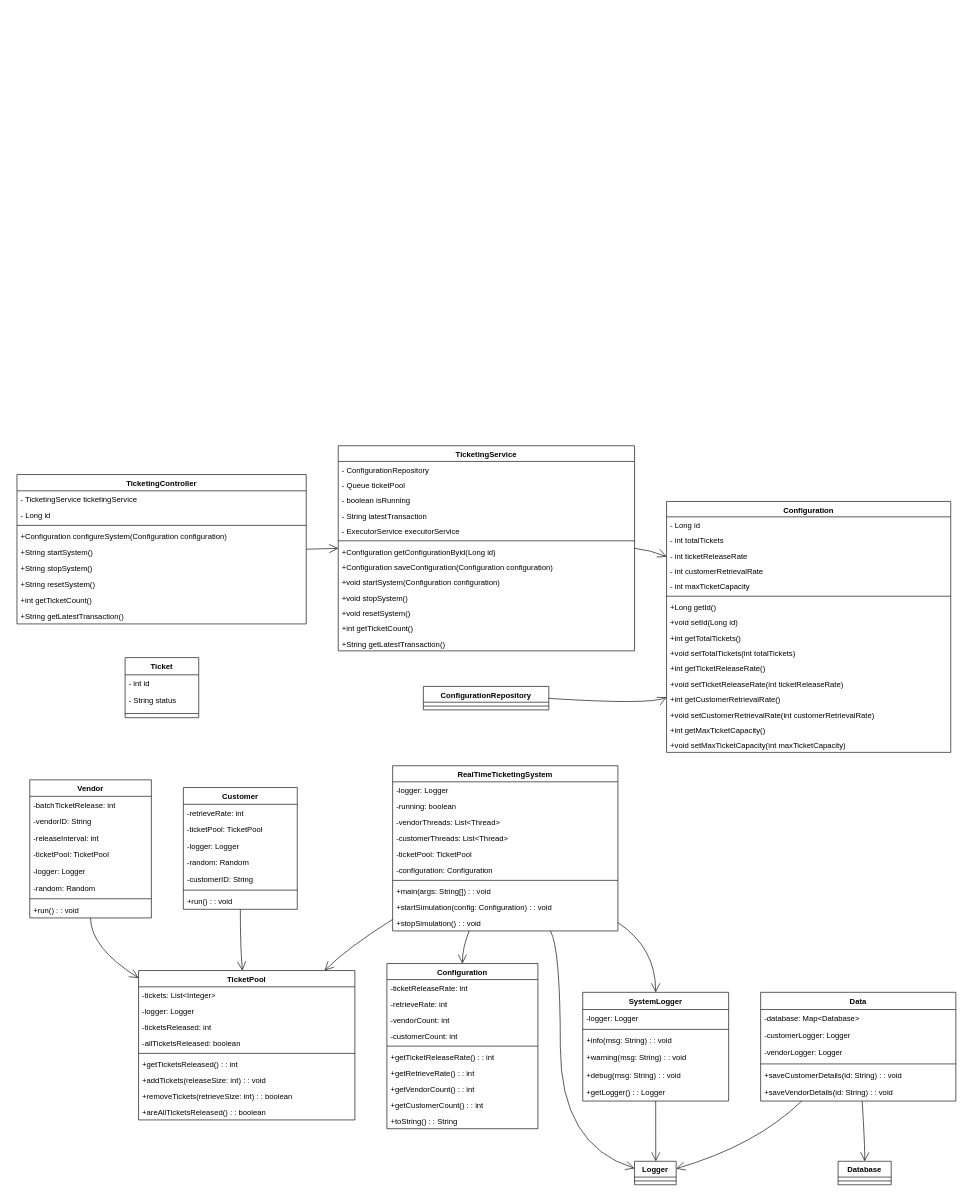
Above: TMS Class Diagram.drawio in ShenalSen/Real-Time-Event-Ticketing-System-with-Advanced-Producer-Consumer-Implementation (draw.io), before the change. Source tidied: cells renumbered, new cells numbered last; positions are measured from the earlier drawing's top-left corner, leaving out a move shared by most shapes. Both pictures are drawn from the tidied source at 64%, with x=0, y=0 at pixel (17, 445).
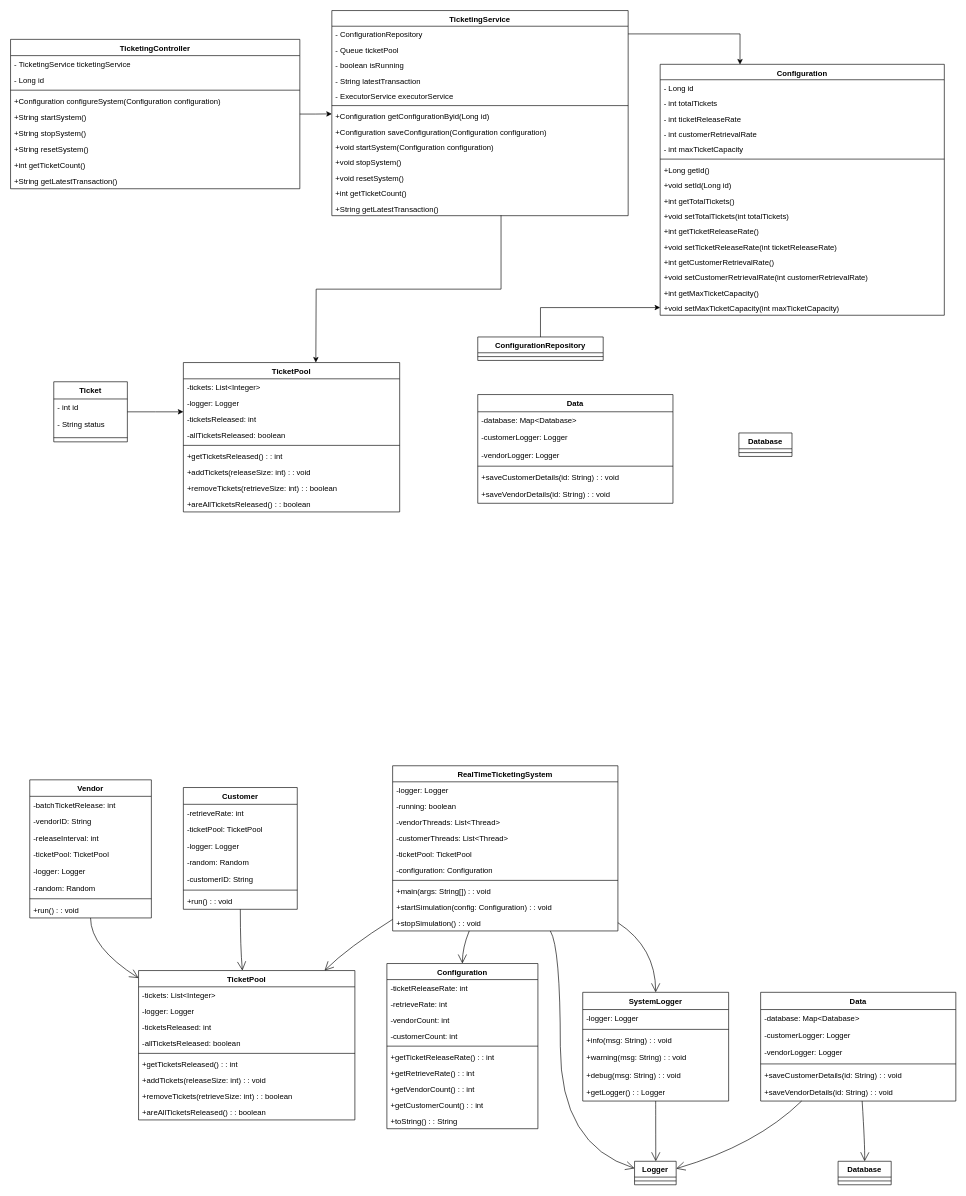
The same diagram, later.

Unchanged cells that the change refers to:
```xml
<mxCell id="28" value="+void setMaxTicketCapacity(int maxTicketCapacity)" style="text;strokeColor=none;fillColor=none;align=left;verticalAlign=top;spacingLeft=4;spacingRight=4;overflow=hidden;points=[[0,0.5],[1,0.5]];portConstraint=eastwest;" parent="12" vertex="1">
  <mxGeometry y="368.1" width="444" height="24" as="geometry" />
</mxCell>
<mxCell id="34" value="- ConfigurationRepository " style="text;strokeColor=none;fillColor=none;align=left;verticalAlign=top;spacingLeft=4;spacingRight=4;overflow=hidden;points=[[0,0.5],[1,0.5]];portConstraint=eastwest;" parent="33" vertex="1">
  <mxGeometry y="24.5" width="463" height="24" as="geometry" />
</mxCell>
<mxCell id="40" value="+Configuration getConfigurationByid(Long id)" style="text;strokeColor=none;fillColor=none;align=left;verticalAlign=top;spacingLeft=4;spacingRight=4;overflow=hidden;points=[[0,0.5],[1,0.5]];portConstraint=eastwest;" parent="33" vertex="1">
  <mxGeometry y="152.5" width="463" height="24" as="geometry" />
</mxCell>
<mxCell id="46" value="+String getLatestTransaction()" style="text;strokeColor=none;fillColor=none;align=left;verticalAlign=top;spacingLeft=4;spacingRight=4;overflow=hidden;points=[[0,0.5],[1,0.5]];portConstraint=eastwest;" parent="33" vertex="1">
  <mxGeometry y="296.5" width="463" height="24" as="geometry" />
</mxCell>
```

Diff of the diagram source:
```diff
@@
+    <mxCell id="128" style="edgeStyle=orthogonalEdgeStyle;rounded=0;jettySize=auto;html=1;entryX=0;entryY=0.372;entryDx=0;entryDy=0;entryPerimeter=0;" parent="1" edge="1" source="2" target="40">
+      <mxGeometry relative="1" as="geometry" />
+    </mxCell>
     <mxCell id="2" value="TicketingController" style="swimlane;fontStyle=1;align=center;verticalAlign=top;horizontal=1;startSize=25.400000678168404;" parent="1" vertex="1">
-      <mxGeometry y="45" width="452" height="233.4" as="geometry" />
+      <mxGeometry x="-10" y="-635" width="452" height="233.4" as="geometry" />
     </mxCell>
@@
     <mxCell id="12" value="Configuration" style="swimlane;fontStyle=1;align=center;verticalAlign=top;horizontal=1;startSize=24.087499618530273;" parent="1" vertex="1">
-      <mxGeometry x="1015" y="87" width="444" height="392.1" as="geometry" />
+      <mxGeometry x="1005" y="-596" width="444" height="392.1" as="geometry" />
     </mxCell>
@@
     <mxCell id="29" value="Ticket" style="swimlane;fontStyle=1;align=center;verticalAlign=top;horizontal=1;startSize=26.91428484235491;" parent="1" vertex="1">
-      <mxGeometry x="169" y="331" width="115" height="93.9" as="geometry" />
+      <mxGeometry x="57.5" y="-100" width="115" height="93.9" as="geometry" />
     </mxCell>
@@
     <mxCell id="33" value="TicketingService" style="swimlane;fontStyle=1;align=center;verticalAlign=top;horizontal=1;startSize=24.47692401592548;" parent="1" vertex="1">
-      <mxGeometry x="502" width="463" height="320.5" as="geometry" />
+      <mxGeometry x="492" y="-680" width="463" height="320.5" as="geometry" />
     </mxCell>
@@
+    <mxCell id="129" style="edgeStyle=orthogonalEdgeStyle;rounded=0;jettySize=auto;html=1;entryX=0;entryY=0.5;entryDx=0;entryDy=0;" parent="1" edge="1" source="47" target="28">
+      <mxGeometry relative="1" as="geometry" />
+    </mxCell>
     <mxCell id="47" value="ConfigurationRepository" style="swimlane;fontStyle=1;align=center;verticalAlign=top;horizontal=1;startSize=24.700000762939453;" parent="1" vertex="1">
-      <mxGeometry x="635" y="376" width="196" height="36.7" as="geometry" />
+      <mxGeometry x="720" y="-170" width="196" height="36.7" as="geometry" />
     </mxCell>
@@
-    <mxCell id="49" style="curved=1;startArrow=none;endArrow=open;endSize=12;exitX=1;exitY=0.5;entryX=0;entryY=0.5;rounded=0;" parent="1" edge="1" source="2" target="33">
-      <mxGeometry relative="1" as="geometry" />
-    </mxCell>
-    <mxCell id="50" style="curved=1;startArrow=none;endArrow=open;endSize=12;exitX=1;exitY=0.5;entryX=0;entryY=0.22;rounded=0;" parent="1" edge="1" source="33" target="12">
-      <mxGeometry relative="1" as="geometry">
-        <Array as="points">
-          <mxPoint x="990" y="163" />
-        </Array>
-      </mxGeometry>
-    </mxCell>
-    <mxCell id="51" style="curved=1;startArrow=none;endArrow=open;endSize=12;exitX=1;exitY=0.51;entryX=0;entryY=0.78;rounded=0;" parent="1" edge="1" source="47" target="12">
-      <mxGeometry relative="1" as="geometry">
-        <Array as="points">
-          <mxPoint x="990" y="405" />
-        </Array>
-      </mxGeometry>
-    </mxCell>
@@
+    <mxCell id="130" value="TicketPool" style="swimlane;fontStyle=1;align=center;verticalAlign=top;horizontal=1;startSize=25.400000678168404;" parent="1" vertex="1">
+      <mxGeometry x="260" y="-130" width="338" height="233.4" as="geometry" />
+    </mxCell>
+    <mxCell id="131" value="-tickets: List&lt;Integer&gt;" style="text;strokeColor=none;fillColor=none;align=left;verticalAlign=top;spacingLeft=4;spacingRight=4;overflow=hidden;" parent="130" vertex="1">
+      <mxGeometry y="25.4" width="338" height="25" as="geometry" />
+    </mxCell>
+    <mxCell id="132" value="-logger: Logger" style="text;strokeColor=none;fillColor=none;align=left;verticalAlign=top;spacingLeft=4;spacingRight=4;overflow=hidden;" parent="130" vertex="1">
+      <mxGeometry y="50.4" width="338" height="25" as="geometry" />
+    </mxCell>
+    <mxCell id="133" value="-ticketsReleased: int" style="text;strokeColor=none;fillColor=none;align=left;verticalAlign=top;spacingLeft=4;spacingRight=4;overflow=hidden;" parent="130" vertex="1">
+      <mxGeometry y="75.4" width="338" height="25" as="geometry" />
+    </mxCell>
+    <mxCell id="134" value="-allTicketsReleased: boolean" style="text;strokeColor=none;fillColor=none;align=left;verticalAlign=top;spacingLeft=4;spacingRight=4;overflow=hidden;" parent="130" vertex="1">
+      <mxGeometry y="100.4" width="338" height="25" as="geometry" />
+    </mxCell>
+    <mxCell id="135" style="line;strokeWidth=1;fillColor=none;align=left;verticalAlign=middle;spacingTop=-1;spacingLeft=3;spacingRight=3;labelPosition=right;strokeColor=inherit;" parent="130" vertex="1">
+      <mxGeometry y="125.4" width="338" height="8" as="geometry" />
+    </mxCell>
+    <mxCell id="136" value="+getTicketsReleased() : : int" style="text;strokeColor=none;fillColor=none;align=left;verticalAlign=top;spacingLeft=4;spacingRight=4;overflow=hidden;" parent="130" vertex="1">
+      <mxGeometry y="133.4" width="338" height="25" as="geometry" />
+    </mxCell>
+    <mxCell id="137" value="+addTickets(releaseSize: int) : : void" style="text;strokeColor=none;fillColor=none;align=left;verticalAlign=top;spacingLeft=4;spacingRight=4;overflow=hidden;" parent="130" vertex="1">
+      <mxGeometry y="158.4" width="338" height="25" as="geometry" />
+    </mxCell>
+    <mxCell id="138" value="+removeTickets(retrieveSize: int) : : boolean" style="text;strokeColor=none;fillColor=none;align=left;verticalAlign=top;spacingLeft=4;spacingRight=4;overflow=hidden;" parent="130" vertex="1">
+      <mxGeometry y="183.4" width="338" height="25" as="geometry" />
+    </mxCell>
+    <mxCell id="139" value="+areAllTicketsReleased() : : boolean" style="text;strokeColor=none;fillColor=none;align=left;verticalAlign=top;spacingLeft=4;spacingRight=4;overflow=hidden;" parent="130" vertex="1">
+      <mxGeometry y="208.4" width="338" height="25" as="geometry" />
+    </mxCell>
+    <mxCell id="140" value="Data" style="swimlane;fontStyle=1;align=center;verticalAlign=top;horizontal=1;startSize=26.899998982747395;" parent="1" vertex="1">
+      <mxGeometry x="720" y="-80" width="305" height="169.9" as="geometry" />
+    </mxCell>
+    <mxCell id="141" value="-database: Map&lt;Database&gt;" style="text;strokeColor=none;fillColor=none;align=left;verticalAlign=top;spacingLeft=4;spacingRight=4;overflow=hidden;" parent="140" vertex="1">
+      <mxGeometry y="26.9" width="305" height="27" as="geometry" />
+    </mxCell>
+    <mxCell id="142" value="-customerLogger: Logger" style="text;strokeColor=none;fillColor=none;align=left;verticalAlign=top;spacingLeft=4;spacingRight=4;overflow=hidden;" parent="140" vertex="1">
+      <mxGeometry y="53.9" width="305" height="27" as="geometry" />
+    </mxCell>
+    <mxCell id="143" value="-vendorLogger: Logger" style="text;strokeColor=none;fillColor=none;align=left;verticalAlign=top;spacingLeft=4;spacingRight=4;overflow=hidden;" parent="140" vertex="1">
+      <mxGeometry y="80.9" width="305" height="27" as="geometry" />
+    </mxCell>
+    <mxCell id="144" style="line;strokeWidth=1;fillColor=none;align=left;verticalAlign=middle;spacingTop=-1;spacingLeft=3;spacingRight=3;labelPosition=right;strokeColor=inherit;" parent="140" vertex="1">
+      <mxGeometry y="107.9" width="305" height="8" as="geometry" />
+    </mxCell>
+    <mxCell id="145" value="+saveCustomerDetails(id: String) : : void" style="text;strokeColor=none;fillColor=none;align=left;verticalAlign=top;spacingLeft=4;spacingRight=4;overflow=hidden;" parent="140" vertex="1">
+      <mxGeometry y="115.9" width="305" height="27" as="geometry" />
+    </mxCell>
+    <mxCell id="146" value="+saveVendorDetails(id: String) : : void" style="text;strokeColor=none;fillColor=none;align=left;verticalAlign=top;spacingLeft=4;spacingRight=4;overflow=hidden;" parent="140" vertex="1">
+      <mxGeometry y="142.9" width="305" height="27" as="geometry" />
+    </mxCell>
+    <mxCell id="147" style="edgeStyle=orthogonalEdgeStyle;rounded=0;jettySize=auto;html=1;exitX=0.571;exitY=0.977;exitDx=0;exitDy=0;exitPerimeter=0;" parent="1" edge="1" source="46">
+      <mxGeometry relative="1" as="geometry">
+        <mxPoint x="467" y="-130" as="targetPoint" />
+      </mxGeometry>
+    </mxCell>
+    <mxCell id="148" style="edgeStyle=orthogonalEdgeStyle;rounded=0;jettySize=auto;html=1;" parent="1" edge="1" source="29">
+      <mxGeometry relative="1" as="geometry">
+        <mxPoint x="260" y="-53" as="targetPoint" />
+      </mxGeometry>
+    </mxCell>
+    <mxCell id="149" style="edgeStyle=orthogonalEdgeStyle;rounded=0;jettySize=auto;html=1;entryX=0.281;entryY=0.001;entryDx=0;entryDy=0;entryPerimeter=0;" parent="1" edge="1" source="34" target="12">
+      <mxGeometry relative="1" as="geometry" />
+    </mxCell>
+    <mxCell id="150" value="Database" style="swimlane;fontStyle=1;align=center;verticalAlign=top;horizontal=1;startSize=24.700000762939453;" parent="1" vertex="1">
+      <mxGeometry x="1128" y="-20" width="83" height="36.7" as="geometry" />
+    </mxCell>
+    <mxCell id="151" style="line;strokeWidth=1;fillColor=none;align=left;verticalAlign=middle;spacingTop=-1;spacingLeft=3;spacingRight=3;labelPosition=right;strokeColor=inherit;" parent="150" vertex="1">
+      <mxGeometry y="24.7" width="83" height="12" as="geometry" />
+    </mxCell>
```
